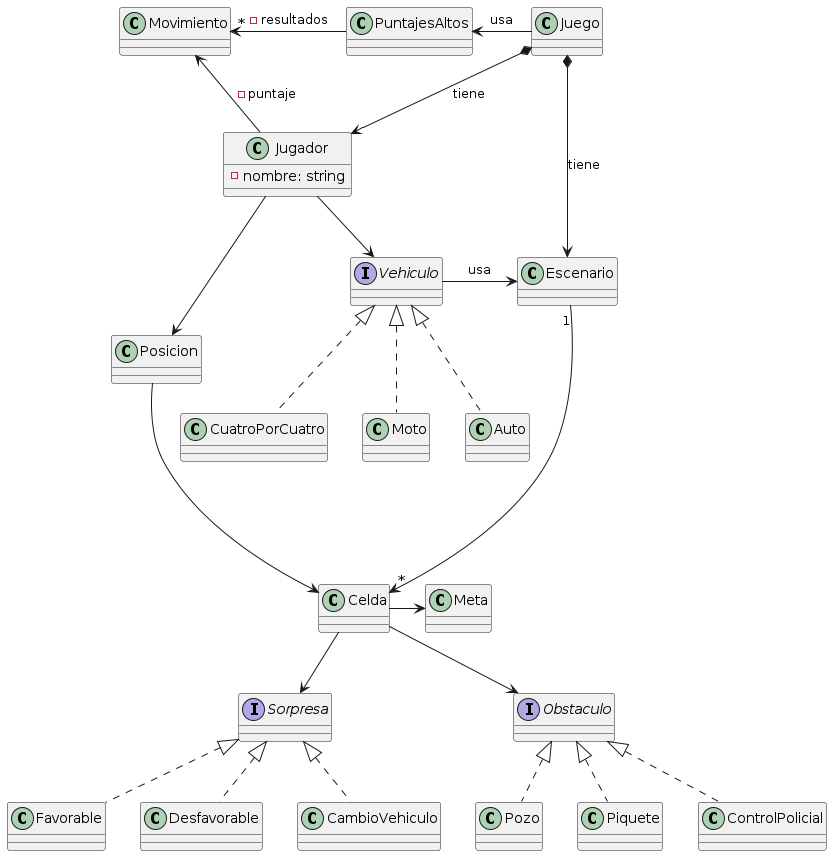
This is diagrams/borradores/imagenes/DiagramaClaseGeneral.png from rodrigovzq/algo3_tp2, a PlantUML export, as it was before one commit. Its diagram source:
```plantuml
@startuml


interface Obstaculo{}
interface Sorpresa{}
interface Vehiculo{}

class Meta{}

class Jugador{
    -nombre: string

}
class Juego{}

class Celda{}

class Escenario{
}

class PuntajesAltos{}
class Posicion{}

class Movimiento{
}

Obstaculo <|.. Pozo
Obstaculo <|.. Piquete
Obstaculo <|.. ControlPolicial

Favorable .up.|> Sorpresa
Desfavorable .up.|> Sorpresa
CambioVehiculo .up.|> Sorpresa

Vehiculo <|.. Moto
Vehiculo <|.. Auto
Vehiculo <|.. CuatroPorCuatro

Jugador <--up* Juego: tiene
Escenario <-right-* Juego: tiene
Juego -left-> PuntajesAltos:usa
Jugador -down-> Posicion
Jugador -down-> Vehiculo

Movimiento <-- Jugador: - puntaje
Movimiento"*"<- PuntajesAltos : - resultados

Celda --> Obstaculo
Celda -> Meta
Celda --> Sorpresa

Vehiculo -> Escenario: usa
Posicion --> Celda
Escenario "1"---->"*" Celda

@enduml
```
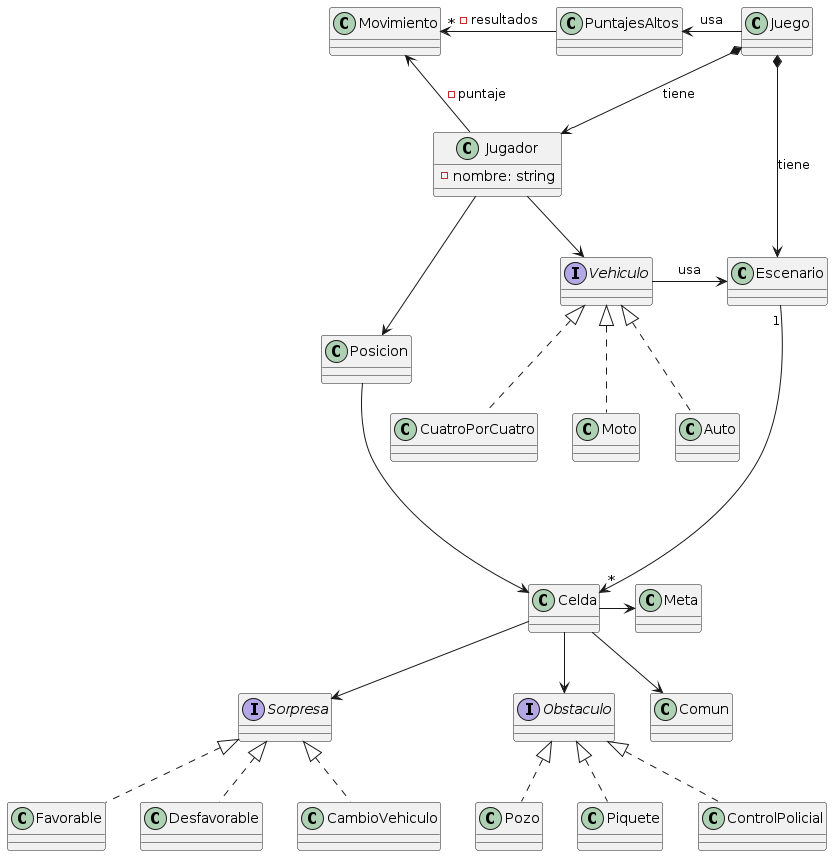
Later version of the same file.

Diff of the diagram source:
```diff
@@ -6,6 +6,8 @@
 interface Vehiculo{}
 
 class Meta{}
+
+class Comun{}
 
 class Jugador{
     -nombre: string
@@ -48,6 +50,7 @@
 Celda --> Obstaculo
 Celda -> Meta
 Celda --> Sorpresa
+Celda --> Comun
 
 Vehiculo -> Escenario: usa
 Posicion --> Celda
```
